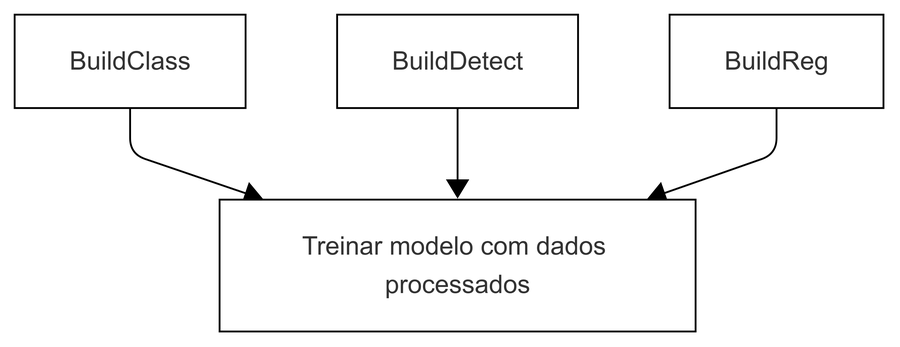
Before: documents/img/metodologia - 5 - treinamento.png, a diagram exported from Mermaid (luanws/masters-thesis). Its source is kept beside it as resources/metodologia - 5 - treinamento.mmd.
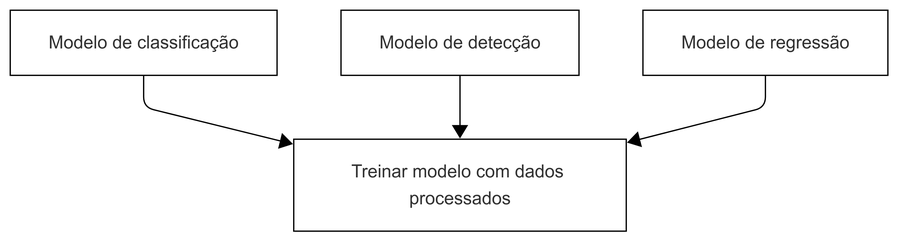
After the change.

Diff of the diagram source:
```diff
@@ -1,4 +1,4 @@
 flowchart TD
-    BuildClass --> Train[Treinar modelo com dados processados]
-    BuildDetect --> Train
-    BuildReg --> Train
+    BuildClass[Modelo de classificação] --> Train[Treinar modelo com dados processados]
+    BuildDetect[Modelo de detecção] --> Train
+    BuildReg[Modelo de regressão] --> Train
```
